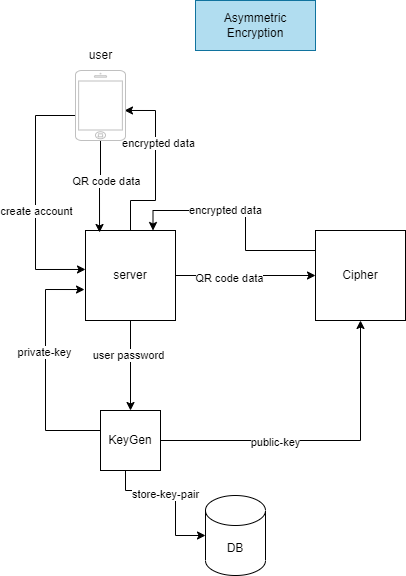
This is server-side-detailed.drawio.png from qpey/.github, a draw.io export, as it was before one commit. Source tidied: cells renumbered, new cells last; positions are measured from the earlier drawing's top-left corner, leaving out a move shared by most shapes.
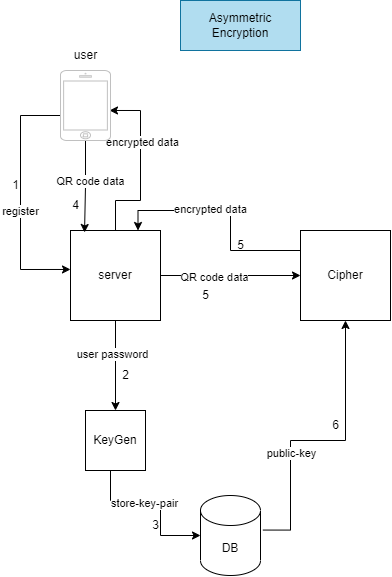
Above is the later version.

Commit message:
labelled steps

What changed in the source:
```diff
@@ -37,7 +37,7 @@
         </Array>
       </mxGeometry>
     </mxCell>
-    <mxCell id="10" value="create account" style="edgeLabel;html=1;align=center;verticalAlign=middle;" parent="9" vertex="1">
+    <mxCell id="10" value="register" style="edgeLabel;html=1;align=center;verticalAlign=middle;" parent="9" vertex="1">
       <mxGeometry x="-0.23" y="-2" relative="1" as="geometry">
         <mxPoint x="2" y="41" as="offset" />
       </mxGeometry>
@@ -56,21 +56,14 @@
     <mxCell id="14" value="user" style="text;html=1;align=center;verticalAlign=middle;strokeColor=none;fillColor=none;" parent="1" vertex="1">
       <mxGeometry x="40" y="40" width="50" height="30" as="geometry" />
     </mxCell>
-    <mxCell id="15" style="edgeStyle=orthogonalEdgeStyle;rounded=0;jettySize=auto;html=1;entryX=-0.011;entryY=0.656;entryDx=0;entryDy=0;entryPerimeter=0;" parent="1" edge="1" source="21" target="8">
-      <mxGeometry relative="1" as="geometry">
-        <Array as="points">
-          <mxPoint x="10" y="430" />
-          <mxPoint x="10" y="289" />
-        </Array>
-      </mxGeometry>
-    </mxCell>
-    <mxCell id="16" value="private-key" style="edgeLabel;html=1;align=center;verticalAlign=middle;" parent="15" vertex="1">
-      <mxGeometry x="0.2" y="2" relative="1" as="geometry">
-        <mxPoint y="7" as="offset" />
-      </mxGeometry>
-    </mxCell>
-    <mxCell id="17" style="edgeStyle=orthogonalEdgeStyle;rounded=0;jettySize=auto;html=1;entryX=0.5;entryY=1;entryDx=0;entryDy=0;" parent="1" edge="1" source="21" target="24">
-      <mxGeometry relative="1" as="geometry" />
+    <mxCell id="17" style="edgeStyle=orthogonalEdgeStyle;rounded=0;jettySize=auto;html=1;entryX=0.5;entryY=1;entryDx=0;entryDy=0;exitX=1.04;exitY=0.432;exitDx=0;exitDy=0;exitPerimeter=0;" parent="1" edge="1" source="26" target="24">
+      <mxGeometry relative="1" as="geometry">
+        <Array as="points">
+          <mxPoint x="270" y="530" />
+          <mxPoint x="270" y="440" />
+          <mxPoint x="325" y="440" />
+        </Array>
+      </mxGeometry>
     </mxCell>
     <mxCell id="18" value="public-key" style="edgeLabel;html=1;align=center;verticalAlign=middle;" parent="17" vertex="1">
       <mxGeometry x="-0.29" y="-1" relative="1" as="geometry" />
@@ -78,8 +71,8 @@
     <mxCell id="19" style="edgeStyle=orthogonalEdgeStyle;rounded=0;jettySize=auto;html=1;entryX=0;entryY=0.5;entryDx=0;entryDy=0;entryPerimeter=0;" parent="1" edge="1" source="21" target="26">
       <mxGeometry relative="1" as="geometry">
         <Array as="points">
-          <mxPoint x="90" y="490" />
-          <mxPoint x="140" y="490" />
+          <mxPoint x="90" y="500" />
+          <mxPoint x="140" y="500" />
           <mxPoint x="140" y="535" />
         </Array>
       </mxGeometry>
@@ -109,7 +102,31 @@
       <mxGeometry x="160" width="120" height="50" as="geometry" />
     </mxCell>
     <mxCell id="26" value="DB" style="shape=cylinder3;whiteSpace=wrap;html=1;boundedLbl=1;backgroundOutline=1;size=15;" parent="1" vertex="1">
-      <mxGeometry x="170" y="495" width="60" height="80" as="geometry" />
+      <mxGeometry x="180" y="495" width="60" height="80" as="geometry" />
     </mxCell>
+    <mxCell id="27" value="1" style="text;html=1;align=center;verticalAlign=middle;strokeColor=none;fillColor=none;" parent="1" vertex="1">
+      <mxGeometry x="-20" y="170" width="30" height="30" as="geometry" />
+    </mxCell>
+    <mxCell id="28" value="2" style="text;html=1;align=center;verticalAlign=middle;strokeColor=none;fillColor=none;" parent="1" vertex="1">
+      <mxGeometry x="90" y="360" width="30" height="30" as="geometry" />
+    </mxCell>
+    <mxCell id="29" value="3" style="text;html=1;align=center;verticalAlign=middle;strokeColor=none;fillColor=none;" parent="1" vertex="1">
+      <mxGeometry x="120" y="510" width="30" height="30" as="geometry" />
+    </mxCell>
+    <mxCell id="30" value="&amp;nbsp;" style="text;html=1;align=center;verticalAlign=middle;strokeColor=none;fillColor=none;" parent="1" vertex="1">
+      <mxGeometry x="-10" y="370" width="30" height="30" as="geometry" />
+    </mxCell>
+    <mxCell id="31" value="6" style="text;html=1;align=center;verticalAlign=middle;strokeColor=none;fillColor=none;" parent="1" vertex="1">
+      <mxGeometry x="300" y="410" width="30" height="30" as="geometry" />
+    </mxCell>
+    <mxCell id="32" value="5" style="text;html=1;align=center;verticalAlign=middle;strokeColor=none;fillColor=none;" parent="1" vertex="1">
+      <mxGeometry x="170" y="280" width="30" height="30" as="geometry" />
+    </mxCell>
+    <mxCell id="33" value="4" style="text;html=1;align=center;verticalAlign=middle;strokeColor=none;fillColor=none;" parent="1" vertex="1">
+      <mxGeometry x="40" y="190" width="30" height="30" as="geometry" />
+    </mxCell>
+    <mxCell id="34" value="5" style="text;html=1;align=center;verticalAlign=middle;strokeColor=none;fillColor=none;" parent="1" vertex="1">
+      <mxGeometry x="205" y="230" width="30" height="30" as="geometry" />
+    </mxCell>
   </root>
 </mxGraphModel>
```
